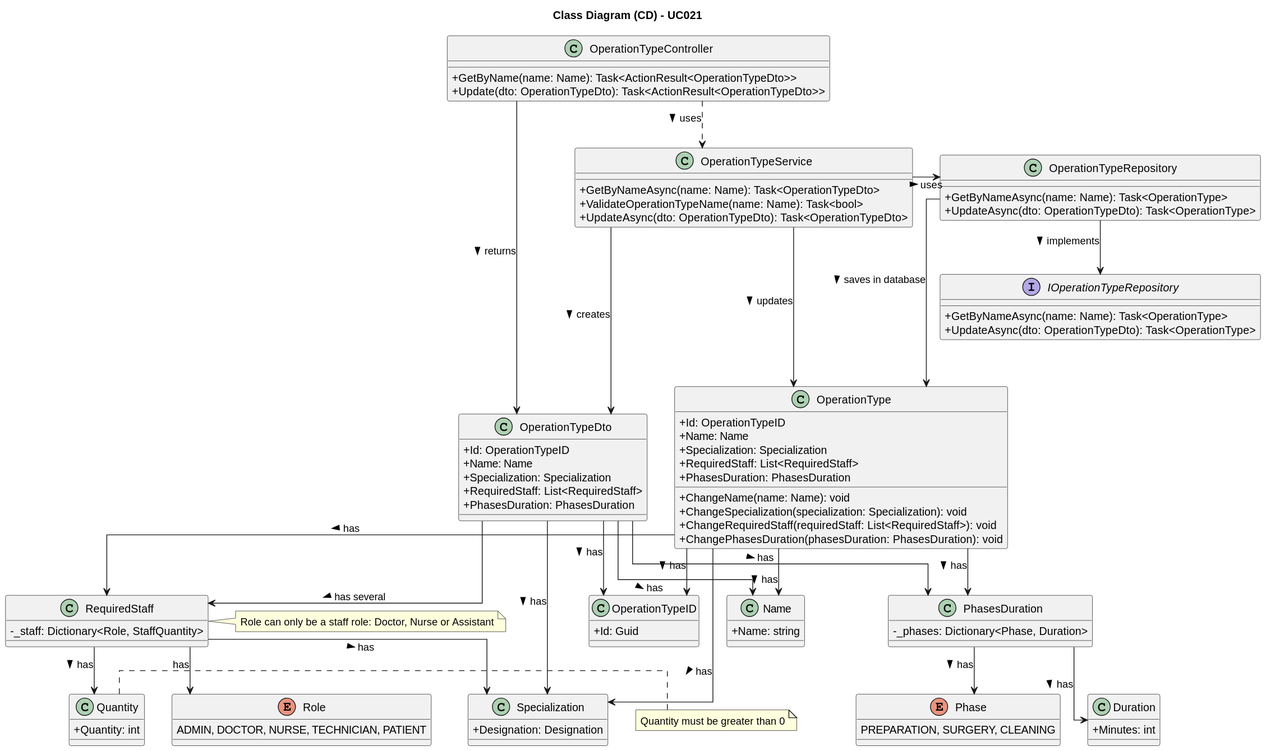
Earlier version of the PlantUML export docs/SprintA/UseCases/UC021/03.design/svg/uc021-class-diagram.svg (1221124/sem5pi-24-25-g031).
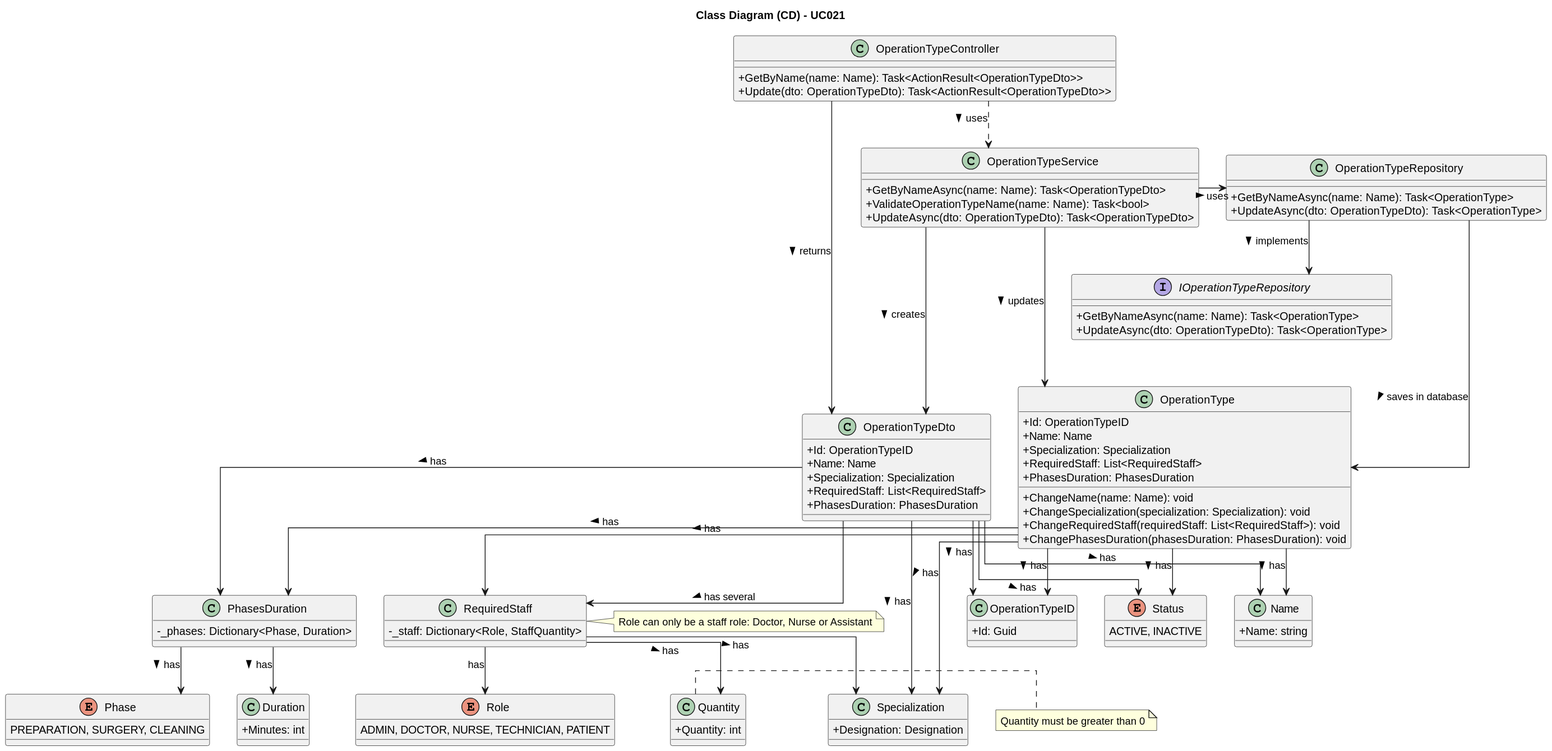
After the commit.

Diff of the diagram source:
```diff
@@ -92,6 +92,10 @@
     ADMIN, DOCTOR, NURSE, TECHNICIAN, PATIENT
 }
 
+enum Status {
+    ACTIVE, INACTIVE
+}
+
 OperationTypeController .> OperationTypeService : > uses
 OperationTypeController ----> OperationTypeDto : > returns
 
@@ -104,12 +108,14 @@
 
 OperationType --> OperationTypeID : > has
 OperationType --> Name : > has
+OperationType --> Status : > has
 OperationType --> Specialization : > has
 OperationType --> RequiredStaff : > has
 OperationType --> PhasesDuration : > has
 
 OperationTypeDto --> OperationTypeID : > has
 OperationTypeDto --> Name : > has
+OperationTypeDto --> Status : > has
 OperationTypeDto --> Specialization : > has
 OperationTypeDto --> RequiredStaff : > has several
 OperationTypeDto --> PhasesDuration : > has
```
